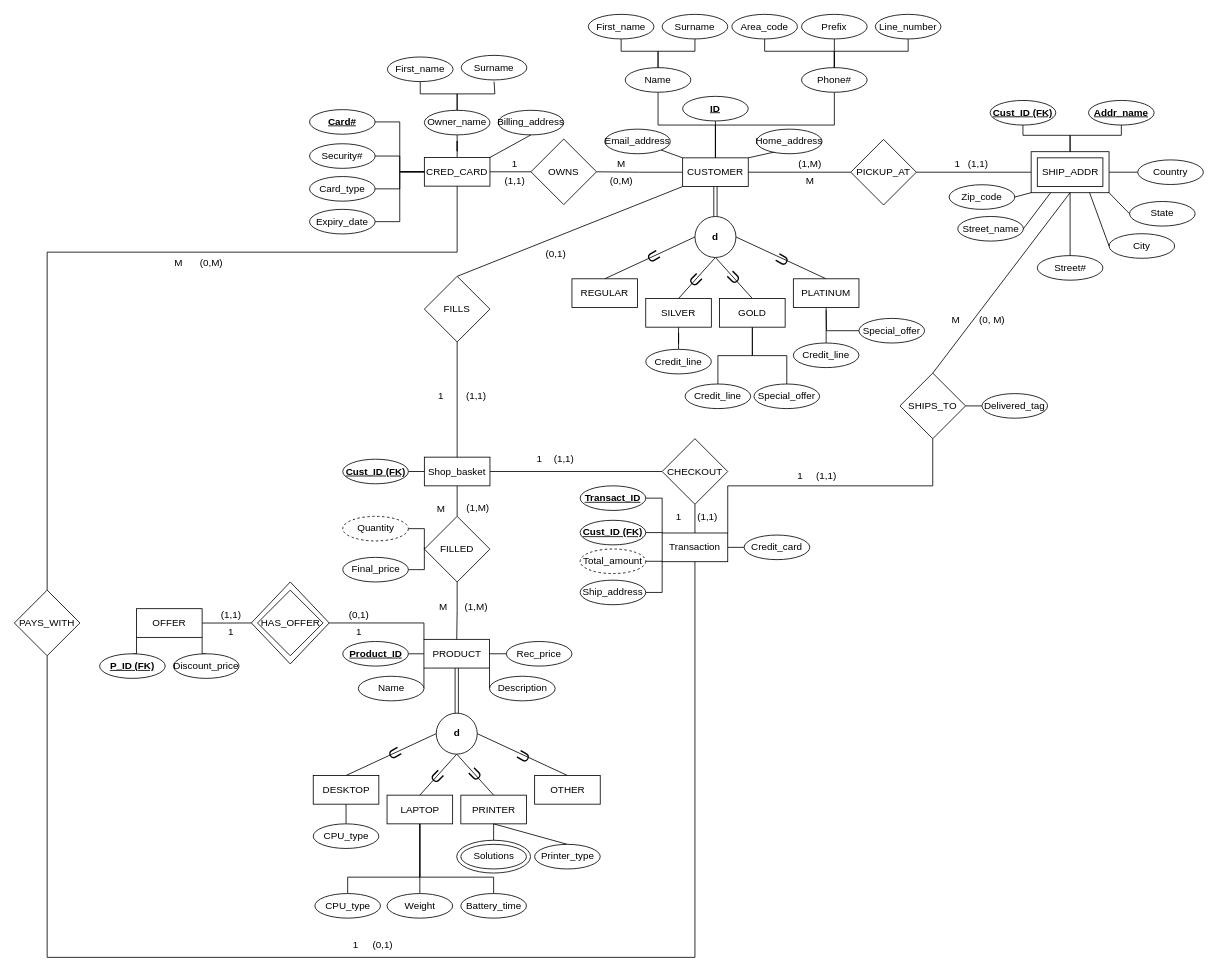
Earlier version of the draw.io diagram Project-Deliverable-1.drawio (RyBres/Database-Project). Source tidied: cells renumbered, new cells numbered last; positions are measured from the earlier drawing's top-left corner, leaving out a move shared by most shapes. Both pictures are drawn from the tidied source at 82%, with x=0, y=0 at pixel (14, 14).
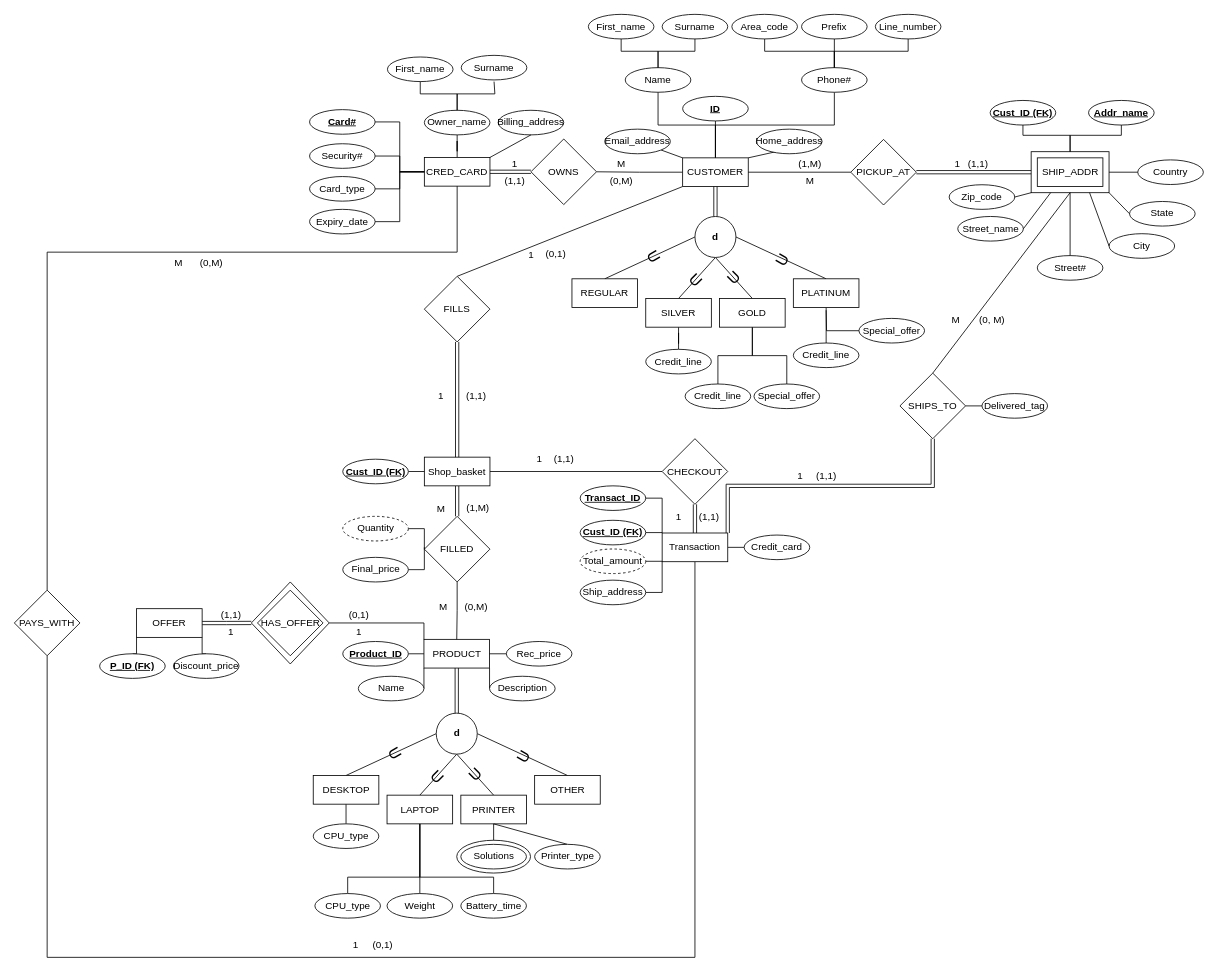
The same diagram, later.

Commit message:
Some participation editing

The change refers to these unchanged cells:
```xml
<mxCell id="4" style="rounded=0;whiteSpace=wrap;html=1;" parent="3" vertex="1">
  <mxGeometry width="95" height="50" as="geometry" />
</mxCell>
<mxCell id="8" value="CRED_CARD" style="rounded=0;whiteSpace=wrap;html=1;" parent="1" vertex="1">
  <mxGeometry x="500" y="174.5" width="80" height="35" as="geometry" />
</mxCell>
<mxCell id="69" value="PICKUP_AT" style="rhombus;whiteSpace=wrap;html=1;" parent="41" vertex="1">
  <mxGeometry x="350" y="152.5" width="80" height="80" as="geometry" />
</mxCell>
<mxCell id="70" value="OWNS" style="rhombus;whiteSpace=wrap;html=1;" parent="41" vertex="1">
  <mxGeometry x="-40" y="152" width="80" height="80" as="geometry" />
</mxCell>
<mxCell id="98" value="OFFER" style="rounded=0;whiteSpace=wrap;html=1;" parent="1" vertex="1">
  <mxGeometry x="149" y="724.8" width="80" height="35" as="geometry" />
</mxCell>
<mxCell id="104" style="rhombus;whiteSpace=wrap;html=1;" parent="103" vertex="1">
  <mxGeometry width="95" height="100" as="geometry" />
</mxCell>
<mxCell id="118" value="Shop_basket" style="rounded=0;whiteSpace=wrap;html=1;" parent="1" vertex="1">
  <mxGeometry x="500" y="540" width="80" height="35" as="geometry" />
</mxCell>
<mxCell id="149" value="FILLS" style="rhombus;whiteSpace=wrap;html=1;" parent="1" vertex="1">
  <mxGeometry x="500" y="319.5" width="80" height="80" as="geometry" />
</mxCell>
<mxCell id="151" value="FILLED" style="rhombus;whiteSpace=wrap;html=1;" parent="1" vertex="1">
  <mxGeometry x="500" y="612.2" width="80" height="80" as="geometry" />
</mxCell>
<mxCell id="157" value="Transaction" style="rounded=0;whiteSpace=wrap;html=1;" parent="1" vertex="1">
  <mxGeometry x="790" y="632.5" width="80" height="35" as="geometry" />
</mxCell>
<mxCell id="159" value="CHECKOUT" style="rhombus;whiteSpace=wrap;html=1;" parent="1" vertex="1">
  <mxGeometry x="790" y="517.5" width="80" height="80" as="geometry" />
</mxCell>
<mxCell id="162" value="SHIPS_TO" style="rhombus;whiteSpace=wrap;html=1;" parent="1" vertex="1">
  <mxGeometry x="1080" y="437.5" width="80" height="80" as="geometry" />
</mxCell>
```

Change to the diagram source:
```diff
@@
+    <mxCell id="180" value="(1,1)" style="text;html=1;align=center;verticalAlign=middle;strokeColor=none;fillColor=none;" parent="1" vertex="1">
+      <mxGeometry x="822" y="597.5" width="50" height="30" as="geometry" />
+    </mxCell>
@@
-    <mxCell id="95" style="edgeStyle=orthogonalEdgeStyle;rounded=0;jettySize=auto;html=1;exitX=1;exitY=0.5;exitDx=0;exitDy=0;entryX=0;entryY=0.5;entryDx=0;entryDy=0;endArrow=none;startFill=0;" parent="1" edge="1" source="69" target="4">
+    <mxCell id="95" style="edgeStyle=orthogonalEdgeStyle;rounded=0;jettySize=auto;html=1;exitX=1;exitY=0.5;exitDx=0;exitDy=0;entryX=0;entryY=0.5;entryDx=0;entryDy=0;endArrow=none;startFill=0;shape=link;" parent="1" edge="1" source="69" target="4">
       <mxGeometry relative="1" as="geometry" />
     </mxCell>
-    <mxCell id="96" style="edgeStyle=orthogonalEdgeStyle;rounded=0;jettySize=auto;html=1;exitX=0;exitY=0.5;exitDx=0;exitDy=0;entryX=1;entryY=0.5;entryDx=0;entryDy=0;endArrow=none;startFill=0;" parent="1" edge="1" source="70" target="8">
+    <mxCell id="96" style="edgeStyle=orthogonalEdgeStyle;rounded=0;jettySize=auto;html=1;exitX=0;exitY=0.5;exitDx=0;exitDy=0;entryX=1;entryY=0.5;entryDx=0;entryDy=0;endArrow=none;startFill=0;shape=link;" parent="1" edge="1" source="70" target="8">
       <mxGeometry relative="1" as="geometry" />
     </mxCell>
-    <mxCell id="97" style="edgeStyle=orthogonalEdgeStyle;rounded=0;jettySize=auto;html=1;exitX=1;exitY=0.5;exitDx=0;exitDy=0;entryX=0;entryY=0.5;entryDx=0;entryDy=0;endArrow=none;startFill=0;" parent="1" edge="1" source="98" target="104">
+    <mxCell id="97" style="edgeStyle=orthogonalEdgeStyle;rounded=0;jettySize=auto;html=1;exitX=1;exitY=0.5;exitDx=0;exitDy=0;entryX=0;entryY=0.5;entryDx=0;entryDy=0;endArrow=none;startFill=0;shape=link;" parent="1" edge="1" source="98" target="104">
       <mxGeometry relative="1" as="geometry" />
     </mxCell>
@@
-    <mxCell id="116" style="edgeStyle=orthogonalEdgeStyle;rounded=0;jettySize=auto;html=1;exitX=0.5;exitY=1;exitDx=0;exitDy=0;entryX=0.5;entryY=0;entryDx=0;entryDy=0;endArrow=none;startFill=0;" parent="1" edge="1" source="118" target="151">
+    <mxCell id="116" style="edgeStyle=orthogonalEdgeStyle;rounded=0;jettySize=auto;html=1;exitX=0.5;exitY=1;exitDx=0;exitDy=0;entryX=0.5;entryY=0;entryDx=0;entryDy=0;endArrow=none;startFill=0;shape=link;" parent="1" edge="1" source="118" target="151">
       <mxGeometry relative="1" as="geometry" />
     </mxCell>
@@
-    <mxCell id="147" style="edgeStyle=orthogonalEdgeStyle;rounded=0;jettySize=auto;html=1;exitX=0.5;exitY=1;exitDx=0;exitDy=0;entryX=0.5;entryY=0;entryDx=0;entryDy=0;endArrow=none;startFill=0;" parent="1" edge="1" source="149" target="118">
+    <mxCell id="147" style="edgeStyle=orthogonalEdgeStyle;rounded=0;jettySize=auto;html=1;exitX=0.5;exitY=1;exitDx=0;exitDy=0;entryX=0.5;entryY=0;entryDx=0;entryDy=0;endArrow=none;startFill=0;shape=link;" parent="1" edge="1" source="149" target="118">
       <mxGeometry relative="1" as="geometry" />
     </mxCell>
@@
-    <mxCell id="158" style="edgeStyle=orthogonalEdgeStyle;rounded=0;jettySize=auto;html=1;exitX=0.5;exitY=1;exitDx=0;exitDy=0;entryX=0.5;entryY=0;entryDx=0;entryDy=0;endArrow=none;startFill=0;" parent="1" edge="1" source="159" target="157">
+    <mxCell id="158" style="edgeStyle=orthogonalEdgeStyle;rounded=0;jettySize=auto;html=1;exitX=0.5;exitY=1;exitDx=0;exitDy=0;entryX=0.5;entryY=0;entryDx=0;entryDy=0;endArrow=none;startFill=0;shape=link;" parent="1" edge="1" source="159" target="157">
       <mxGeometry relative="1" as="geometry" />
     </mxCell>
@@
-    <mxCell id="160" style="edgeStyle=orthogonalEdgeStyle;rounded=0;jettySize=auto;html=1;exitX=0.5;exitY=1;exitDx=0;exitDy=0;entryX=1;entryY=0;entryDx=0;entryDy=0;endArrow=none;startFill=0;" parent="1" edge="1" source="162" target="157">
+    <mxCell id="160" style="edgeStyle=orthogonalEdgeStyle;rounded=0;jettySize=auto;html=1;exitX=0.5;exitY=1;exitDx=0;exitDy=0;entryX=1;entryY=0;entryDx=0;entryDy=0;endArrow=none;startFill=0;shape=link;" parent="1" edge="1" source="162" target="157">
       <mxGeometry relative="1" as="geometry" />
     </mxCell>
@@
-    <mxCell id="180" value="(1,1)" style="text;html=1;align=center;verticalAlign=middle;strokeColor=none;fillColor=none;" parent="1" vertex="1">
-      <mxGeometry x="820" y="597.5" width="50" height="30" as="geometry" />
-    </mxCell>
@@
-    <mxCell id="184" value="(1,M)" style="text;html=1;align=center;verticalAlign=middle;strokeColor=none;fillColor=none;" parent="1" vertex="1">
+    <mxCell id="184" value="(0,M)" style="text;html=1;align=center;verticalAlign=middle;strokeColor=none;fillColor=none;" parent="1" vertex="1">
       <mxGeometry x="537.5" y="708" width="50" height="30" as="geometry" />
     </mxCell>
@@
+    <mxCell id="208" value="1" style="text;html=1;align=center;verticalAlign=middle;strokeColor=none;fillColor=none;" parent="1" vertex="1">
+      <mxGeometry x="615" y="279.2" width="30" height="30" as="geometry" />
+    </mxCell>
```
